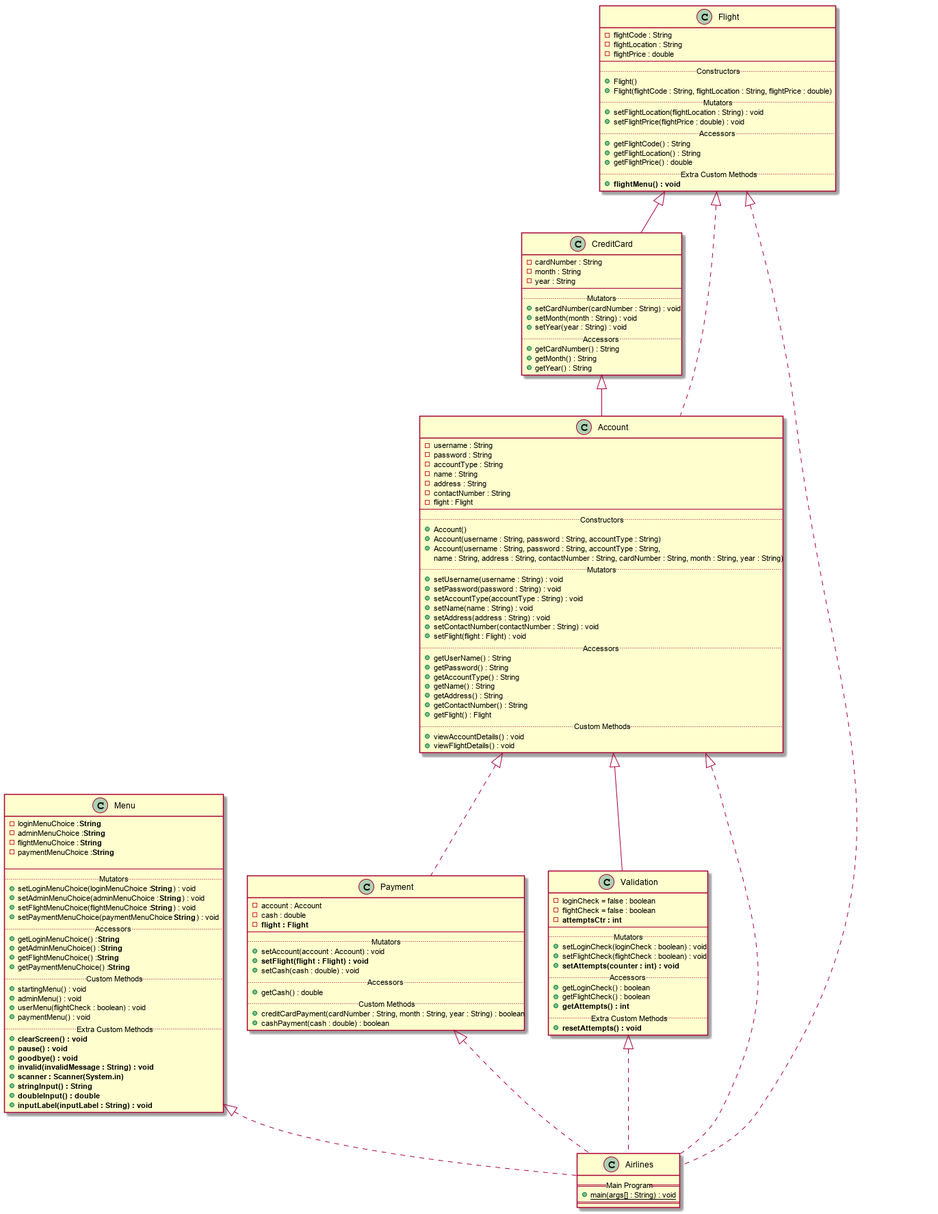
Earlier version of the PlantUML export out/Java Projects/Grade 11/DeGuzmanIAN-Llantos_JavaAirlines/Descriptions-Diagrams/ClassDiagrams/ClassDiagrams.png (metaeatscake/schoolfiles).
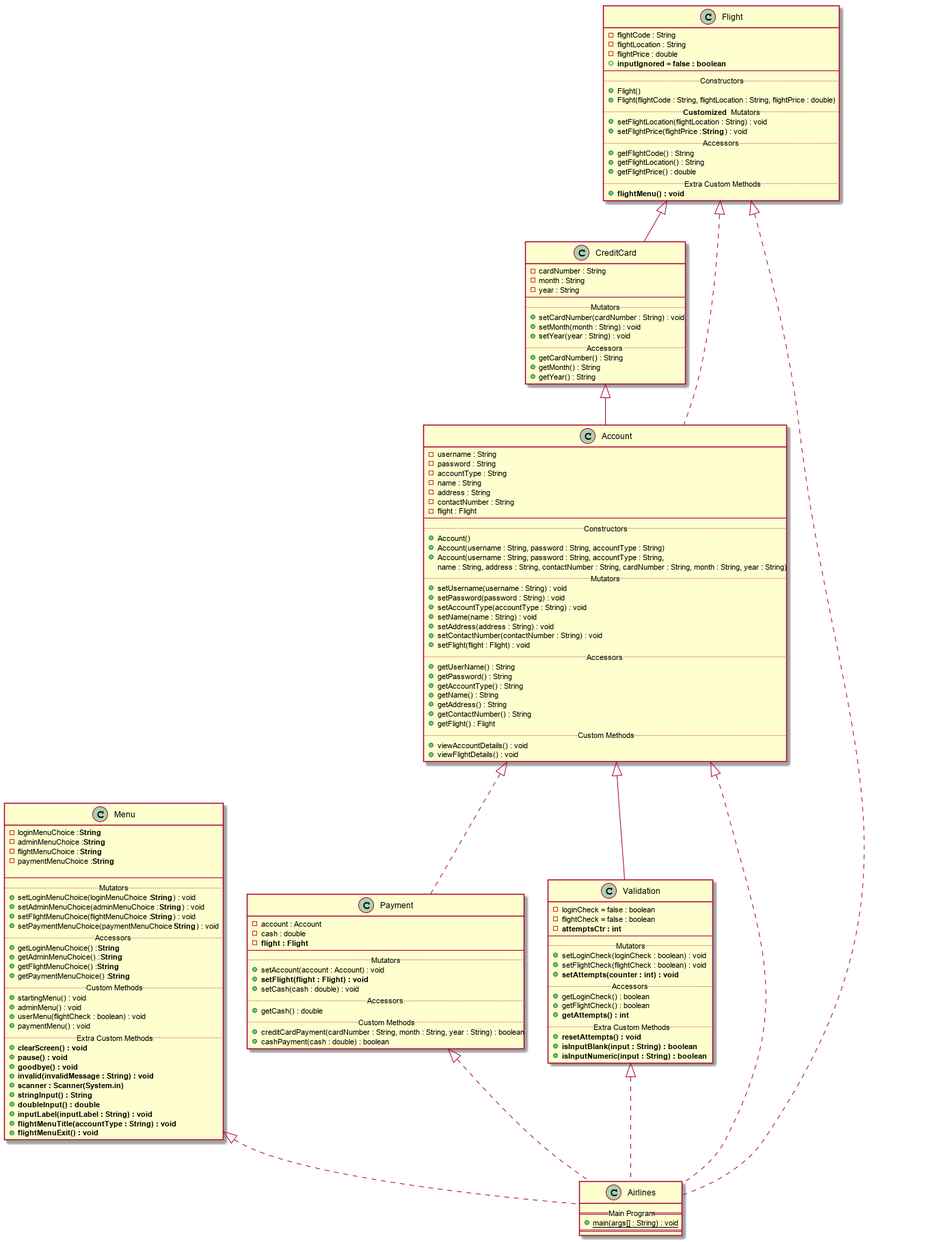
Above is the later version.

Diff of the diagram source:
```diff
@@ -31,6 +31,8 @@
     +**stringInput() : String**
     +**doubleInput() : double**
     +**inputLabel(inputLabel : String) : void**
+    +**flightMenuTitle(accountType : String) : void**
+    +**flightMenuExit() : void**
 }
 
 class Payment
@@ -55,13 +57,14 @@
     -flightCode : String
     -flightLocation : String
     -flightPrice : double
+    +**inputIgnored = false : boolean**
     --
     ..Constructors..
     +Flight()
     +Flight(flightCode : String, flightLocation : String, flightPrice : double)
-    ..Mutators..
+    ..**Customized** Mutators..
     +setFlightLocation(flightLocation : String) : void
-    +setFlightPrice(flightPrice : double) : void
+    +setFlightPrice(flightPrice : **String**) : void
     ..Accessors..
     +getFlightCode() : String
     +getFlightLocation() : String
@@ -138,6 +141,8 @@
     +**getAttempts() : int**
     ..Extra Custom Methods..
     +**resetAttempts() : void**
+    +**isInputBlank(input : String) : boolean**
+    +**isInputNumeric(input : String) : boolean**
 }
 
 class Airlines
```
